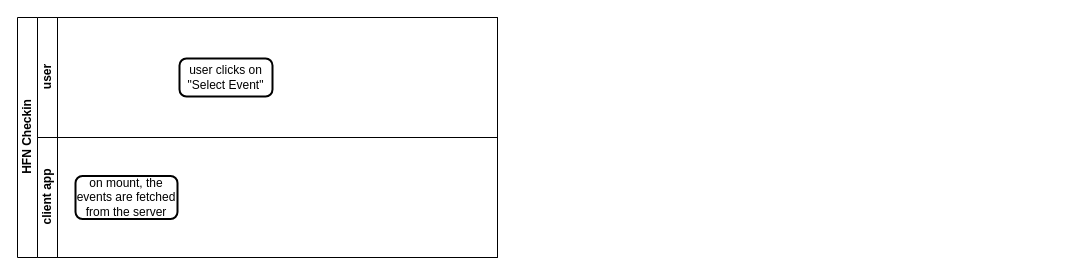
Above: hfn-checkin-dynamic-config.drawio in appsparkler/draw.io (draw.io), before the change. Source tidied: cells renumbered, new cells numbered last; positions are measured from the earlier drawing's top-left corner, leaving out a move shared by most shapes. Both pictures are drawn from the tidied source at 100%, with x=0, y=0 at pixel (17, 17).
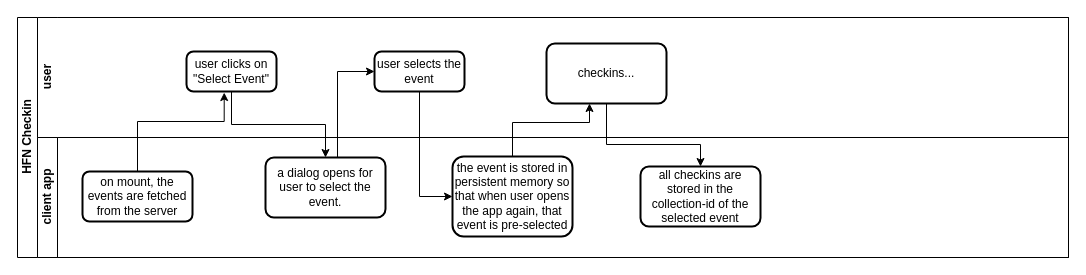
The same page after the edit.

The edit, as a diff of the source:
```diff
@@
     <mxCell id="2" value="HFN Checkin" style="swimlane;horizontal=0;startSize=20;html=1;" parent="1" vertex="1">
-      <mxGeometry width="480" height="240" as="geometry" />
+      <mxGeometry width="1051" height="240" as="geometry" />
     </mxCell>
-    <mxCell id="3" value="&lt;div&gt;user&lt;/div&gt;" style="swimlane;startSize=20;horizontal=0;html=1;" parent="2" vertex="1">
-      <mxGeometry x="20" width="460" height="120" as="geometry" />
+    <mxCell id="3" value="&lt;div&gt;user&lt;/div&gt;" style="swimlane;startSize=20;horizontal=0;html=1;glass=0;swimlaneLine=0;rounded=0;arcSize=0;shadow=0;" parent="2" vertex="1">
+      <mxGeometry x="20" width="1031" height="120" as="geometry" />
     </mxCell>
+    <mxCell id="5" value="client app" style="swimlane;startSize=20;horizontal=0;html=1;" parent="2" vertex="1">
+      <mxGeometry x="20" y="120" width="1031" height="120" as="geometry" />
+    </mxCell>
-    <mxCell id="4" value="user clicks on &quot;Select Event&quot;" style="rounded=1;whiteSpace=wrap;html=1;absoluteArcSize=1;arcSize=14;strokeWidth=2;" parent="3" vertex="1">
-      <mxGeometry x="142" y="41" width="93" height="38" as="geometry" />
+    <mxCell id="4" value="user clicks on &quot;Select Event&quot;" style="rounded=1;whiteSpace=wrap;html=1;absoluteArcSize=1;arcSize=14;strokeWidth=2;" parent="5" vertex="1">
+      <mxGeometry x="149" y="-86" width="90" height="40" as="geometry" />
     </mxCell>
-    <mxCell id="5" value="client app" style="swimlane;startSize=20;horizontal=0;html=1;" parent="2" vertex="1">
-      <mxGeometry x="20" y="120" width="460" height="120" as="geometry" />
-    </mxCell>
+    <mxCell id="7" value="user selects the event" style="rounded=1;whiteSpace=wrap;html=1;absoluteArcSize=1;arcSize=14;strokeWidth=2;" parent="5" vertex="1">
+      <mxGeometry x="337" y="-86" width="90" height="40" as="geometry" />
+    </mxCell>
+    <mxCell id="8" value="checkins..." style="whiteSpace=wrap;html=1;rounded=1;arcSize=14;strokeWidth=2;" parent="5" vertex="1">
+      <mxGeometry x="509" y="-94" width="120" height="60" as="geometry" />
+    </mxCell>
     <mxCell id="6" value="on mount, the events are fetched from the server" style="rounded=1;whiteSpace=wrap;html=1;absoluteArcSize=1;arcSize=14;strokeWidth=2;" parent="5" vertex="1">
-      <mxGeometry x="38" y="38.5" width="102" height="43" as="geometry" />
+      <mxGeometry x="45" y="34" width="110" height="50" as="geometry" />
     </mxCell>
+    <mxCell id="9" value="a dialog opens for user to select the event." style="whiteSpace=wrap;html=1;rounded=1;arcSize=14;strokeWidth=2;" parent="5" vertex="1">
+      <mxGeometry x="228" y="20" width="120" height="60" as="geometry" />
+    </mxCell>
+    <mxCell id="10" value="the event is stored in persistent memory so that when user opens the app again, that event is pre-selected" style="whiteSpace=wrap;html=1;rounded=1;arcSize=14;strokeWidth=2;" parent="5" vertex="1">
+      <mxGeometry x="415" y="19" width="120" height="80" as="geometry" />
+    </mxCell>
+    <mxCell id="11" value="all checkins are stored in the collection-id of the selected event" style="whiteSpace=wrap;html=1;rounded=1;arcSize=14;strokeWidth=2;" parent="5" vertex="1">
+      <mxGeometry x="603" y="29" width="120" height="60" as="geometry" />
+    </mxCell>
+    <mxCell id="12" style="edgeStyle=orthogonalEdgeStyle;rounded=0;jettySize=auto;html=1;entryX=0.419;entryY=1.026;entryDx=0;entryDy=0;entryPerimeter=0;" parent="5" edge="1" source="6" target="4">
+      <mxGeometry relative="1" as="geometry">
+        <Array as="points">
+          <mxPoint x="100" y="-16" />
+          <mxPoint x="187" y="-16" />
+        </Array>
+      </mxGeometry>
+    </mxCell>
+    <mxCell id="13" style="edgeStyle=orthogonalEdgeStyle;rounded=0;jettySize=auto;html=1;" parent="5" edge="1" source="4" target="9">
+      <mxGeometry relative="1" as="geometry" />
+    </mxCell>
+    <mxCell id="14" style="edgeStyle=orthogonalEdgeStyle;rounded=0;jettySize=auto;html=1;entryX=0;entryY=0.5;entryDx=0;entryDy=0;" parent="5" edge="1" source="9" target="7">
+      <mxGeometry relative="1" as="geometry">
+        <Array as="points">
+          <mxPoint x="300" y="-66" />
+        </Array>
+      </mxGeometry>
+    </mxCell>
+    <mxCell id="15" style="edgeStyle=orthogonalEdgeStyle;rounded=0;jettySize=auto;html=1;entryX=0;entryY=0.5;entryDx=0;entryDy=0;" parent="5" edge="1" source="7" target="10">
+      <mxGeometry relative="1" as="geometry" />
+    </mxCell>
+    <mxCell id="16" style="edgeStyle=orthogonalEdgeStyle;rounded=0;jettySize=auto;html=1;" parent="5" edge="1" source="10" target="8">
+      <mxGeometry relative="1" as="geometry">
+        <Array as="points">
+          <mxPoint x="475" y="-15" />
+          <mxPoint x="552" y="-15" />
+        </Array>
+      </mxGeometry>
+    </mxCell>
+    <mxCell id="17" style="edgeStyle=orthogonalEdgeStyle;rounded=0;jettySize=auto;html=1;entryX=0.5;entryY=0;entryDx=0;entryDy=0;" parent="5" edge="1" source="8" target="11">
+      <mxGeometry relative="1" as="geometry">
+        <Array as="points">
+          <mxPoint x="569" y="7" />
+          <mxPoint x="663" y="7" />
+        </Array>
+      </mxGeometry>
+    </mxCell>
```
